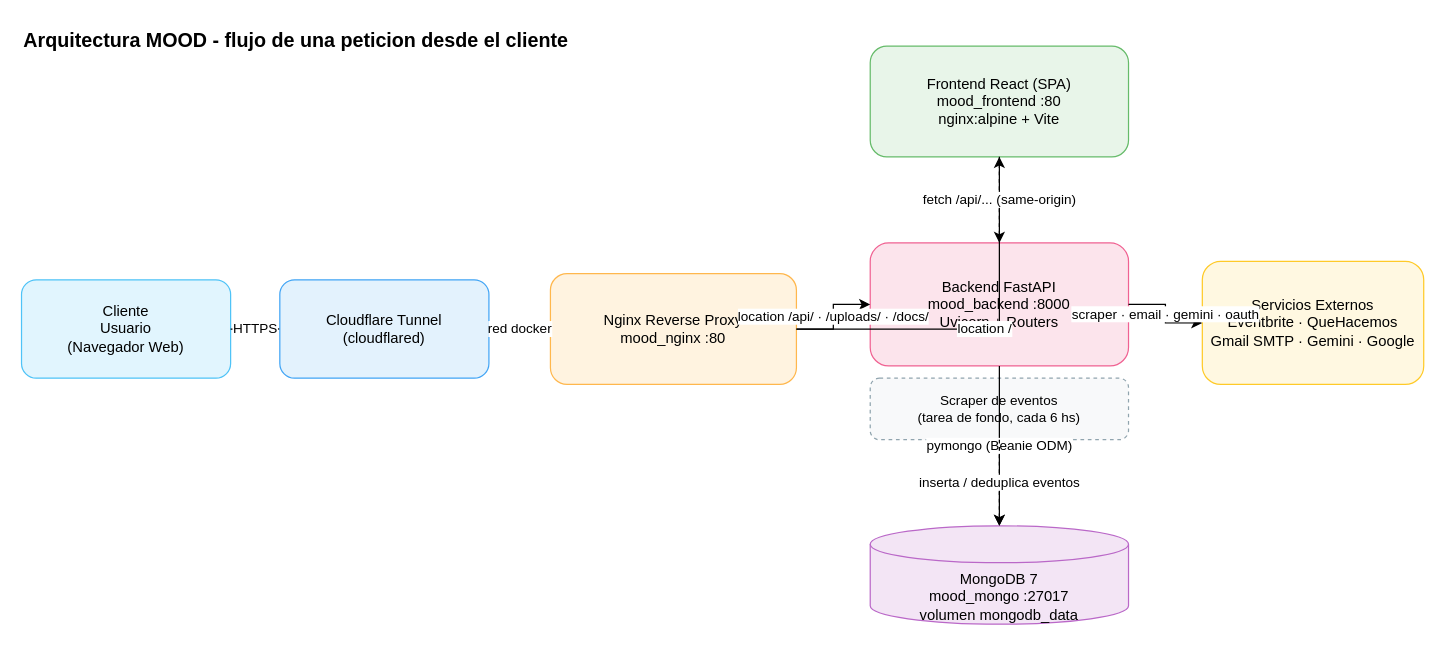
OrdinalDragon/Mood keeps this draw.io diagram as docs/arquitectura.drawio. Above is the earlier version. Source tidied: cells renumbered, new cells numbered last; positions are measured from the earlier drawing's top-left corner, leaving out a move shared by most shapes. Both pictures are drawn from the tidied source at 123%, with x=0, y=0 at pixel (21, 21).
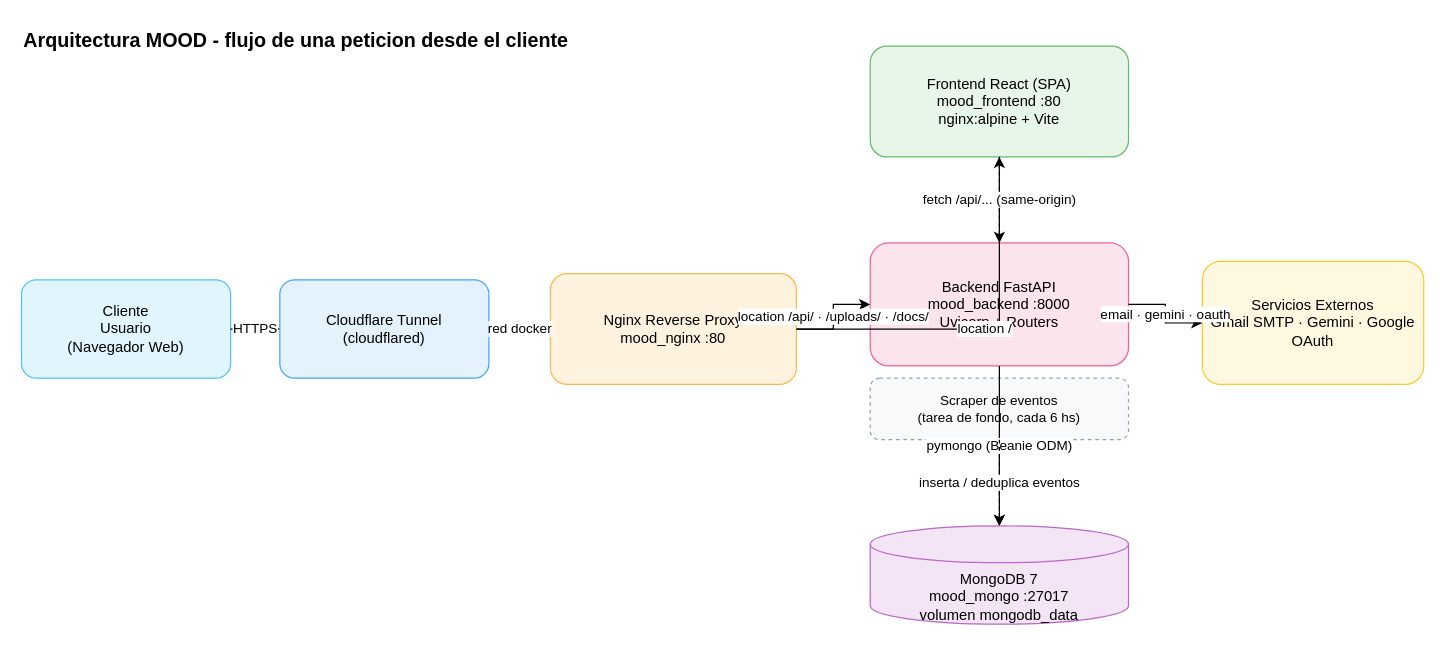
The same diagram, later.

Commit message (it also covers changes not shown here):
docs: quitar paginas scrapeadas (Eventbrite/QueHacemos) del diagrama de arquitectura

What changed in the source:
```diff
@@
 <mxGraphModel>
   <root>
     <mxCell id="0" />
     <mxCell id="1" parent="0" />
     <mxCell id="2" value="Arquitectura MOOD - flujo de una peticion desde el cliente" style="text;html=1;strokeColor=none;fillColor=none;align=left;verticalAlign=middle;fontSize=16;fontStyle=1;" parent="1" vertex="1">
       <mxGeometry width="500" height="30" as="geometry" />
     </mxCell>
     <mxCell id="3" value="Cliente&#10;Usuario&#10;(Navegador Web)" style="rounded=1;whiteSpace=wrap;html=1;fillColor=#E1F5FE;strokeColor=#4FC3F7;verticalAlign=middle;fontSize=12;" parent="1" vertex="1">
       <mxGeometry y="210" width="170" height="80" as="geometry" />
     </mxCell>
     <mxCell id="4" value="Cloudflare Tunnel&#10;(cloudflared)" style="rounded=1;whiteSpace=wrap;html=1;fillColor=#E3F2FD;strokeColor=#42A5F5;verticalAlign=middle;fontSize=12;" parent="1" vertex="1">
       <mxGeometry x="210" y="210" width="170" height="80" as="geometry" />
     </mxCell>
     <mxCell id="5" value="Nginx Reverse Proxy&#10;mood_nginx :80" style="rounded=1;whiteSpace=wrap;html=1;fillColor=#FFF3E0;strokeColor=#FFB74D;verticalAlign=middle;fontSize=12;" parent="1" vertex="1">
       <mxGeometry x="430" y="205" width="200" height="90" as="geometry" />
     </mxCell>
     <mxCell id="6" value="Frontend React (SPA)&#10;mood_frontend :80&#10;nginx:alpine + Vite" style="rounded=1;whiteSpace=wrap;html=1;fillColor=#E8F5E9;strokeColor=#66BB6A;verticalAlign=middle;fontSize=12;" parent="1" vertex="1">
       <mxGeometry x="690" y="20" width="210" height="90" as="geometry" />
     </mxCell>
     <mxCell id="7" value="Backend FastAPI&#10;mood_backend :8000&#10;Uvicorn + Routers" style="rounded=1;whiteSpace=wrap;html=1;fillColor=#FCE4EC;strokeColor=#F06292;verticalAlign=middle;fontSize=12;" parent="1" vertex="1">
       <mxGeometry x="690" y="180" width="210" height="100" as="geometry" />
     </mxCell>
     <mxCell id="8" value="Scraper de eventos&#10;(tarea de fondo, cada 6 hs)" style="rounded=1;whiteSpace=wrap;html=1;dashed=1;fillColor=#F8F9FA;strokeColor=#90A4AE;verticalAlign=middle;fontSize=11;" parent="1" vertex="1">
       <mxGeometry x="690" y="290" width="210" height="50" as="geometry" />
     </mxCell>
     <mxCell id="9" value="MongoDB 7&#10;mood_mongo :27017&#10;volumen mongodb_data" style="shape=cylinder3;whiteSpace=wrap;html=1;boundedLbl=1;backgroundOutline=1;size=15;fillColor=#F3E5F5;strokeColor=#BA68C8;verticalAlign=top;fontSize=12;" parent="1" vertex="1">
       <mxGeometry x="690" y="410" width="210" height="80" as="geometry" />
     </mxCell>
-    <mxCell id="10" value="Servicios Externos&#10;Eventbrite · QueHacemos&#10;Gmail SMTP · Gemini · Google" style="rounded=1;whiteSpace=wrap;html=1;fillColor=#FFF8E1;strokeColor=#FFCA28;verticalAlign=middle;fontSize=12;" parent="1" vertex="1">
+    <mxCell id="10" value="Servicios Externos&#10;Gmail SMTP · Gemini · Google OAuth" style="rounded=1;whiteSpace=wrap;html=1;fillColor=#FFF8E1;strokeColor=#FFCA28;verticalAlign=middle;fontSize=12;" parent="1" vertex="1">
       <mxGeometry x="960" y="195" width="180" height="100" as="geometry" />
     </mxCell>
     <mxCell id="11" value="HTTPS" style="edgeStyle=orthogonalEdgeStyle;rounded=0;jettySize=auto;html=1;fontSize=11;" parent="1" edge="1" source="3" target="4">
       <mxGeometry relative="1" as="geometry" />
     </mxCell>
     <mxCell id="12" value="red docker" style="edgeStyle=orthogonalEdgeStyle;rounded=0;jettySize=auto;html=1;fontSize=11;" parent="1" edge="1" source="4" target="5">
       <mxGeometry relative="1" as="geometry" />
     </mxCell>
     <mxCell id="13" value="location /" style="edgeStyle=orthogonalEdgeStyle;rounded=0;jettySize=auto;html=1;fontSize=11;" parent="1" edge="1" source="5" target="6">
       <mxGeometry relative="1" as="geometry" />
     </mxCell>
     <mxCell id="14" value="location /api/ · /uploads/ · /docs/" style="edgeStyle=orthogonalEdgeStyle;rounded=0;jettySize=auto;html=1;fontSize=11;" parent="1" edge="1" source="5" target="7">
       <mxGeometry relative="1" as="geometry" />
     </mxCell>
     <mxCell id="15" value="fetch /api/... (same-origin)" style="edgeStyle=orthogonalEdgeStyle;rounded=0;jettySize=auto;html=1;dashed=1;fontSize=11;" parent="1" edge="1" source="6" target="7">
       <mxGeometry relative="1" as="geometry" />
     </mxCell>
     <mxCell id="16" value="pymongo (Beanie ODM)" style="edgeStyle=orthogonalEdgeStyle;rounded=0;jettySize=auto;html=1;fontSize=11;" parent="1" edge="1" source="7" target="9">
       <mxGeometry relative="1" as="geometry" />
     </mxCell>
-    <mxCell id="17" value="scraper · email · gemini · oauth" style="edgeStyle=orthogonalEdgeStyle;rounded=0;jettySize=auto;html=1;fontSize=11;" parent="1" edge="1" source="7" target="10">
+    <mxCell id="17" value="email · gemini · oauth" style="edgeStyle=orthogonalEdgeStyle;rounded=0;jettySize=auto;html=1;fontSize=11;" parent="1" edge="1" source="7" target="10">
       <mxGeometry relative="1" as="geometry" />
     </mxCell>
     <mxCell id="18" value="inserta / deduplica eventos" style="edgeStyle=orthogonalEdgeStyle;rounded=0;jettySize=auto;html=1;dashed=1;fontSize=11;" parent="1" edge="1" source="8" target="9">
       <mxGeometry relative="1" as="geometry" />
     </mxCell>
   </root>
 </mxGraphModel>
```
